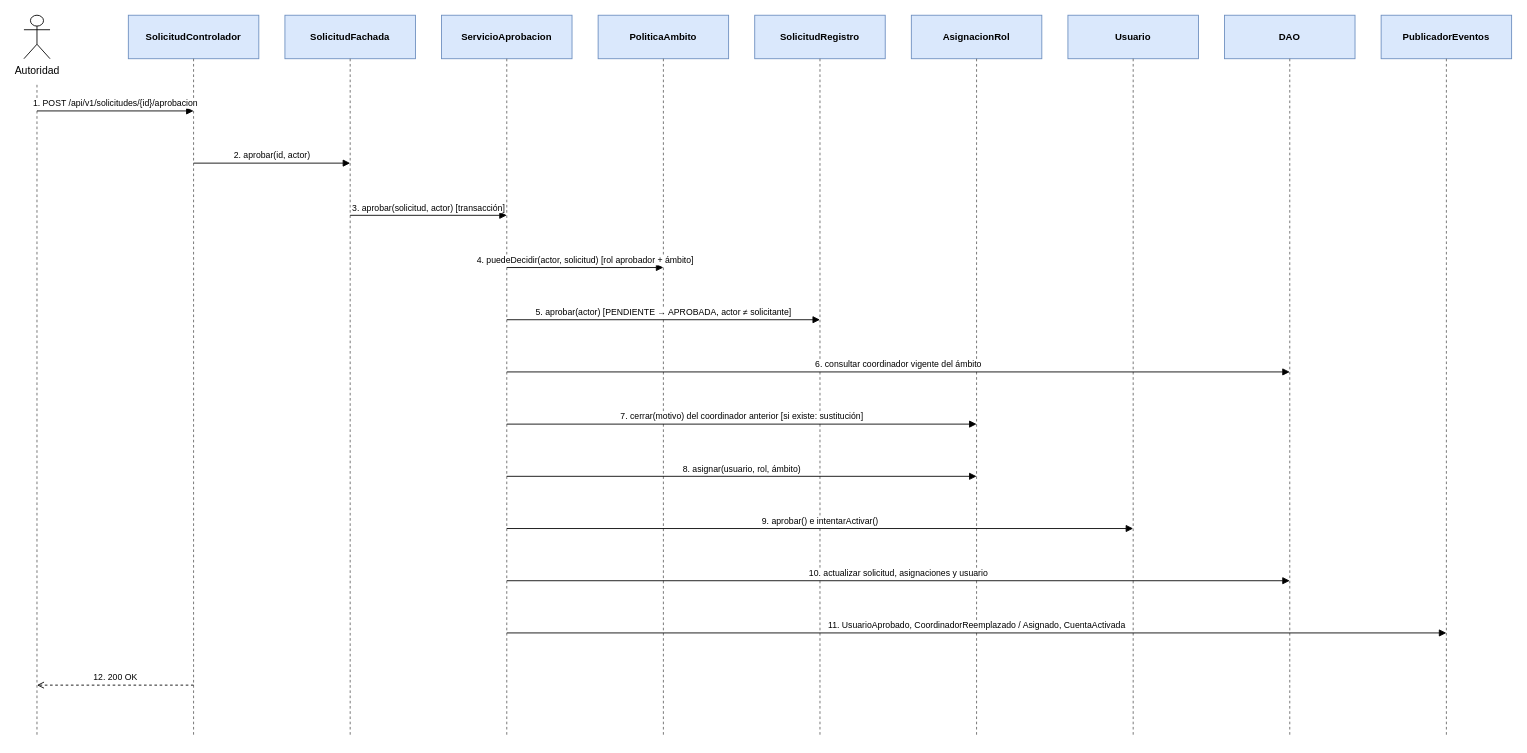
This is page "Aprobar solicitud de registro" (2 of 5) of documentacion/fuentes/diagramas-secuencia.drawio from JaiderSoto07/kudos-backend, a draw.io file, before an edit. Source tidied: cells renumbered, new cells numbered last; positions are measured from the earlier drawing's top-left corner, leaving out a move shared by most shapes. Both pictures are drawn from the tidied source at 87%, with x=0, y=0 at pixel (23, 15).
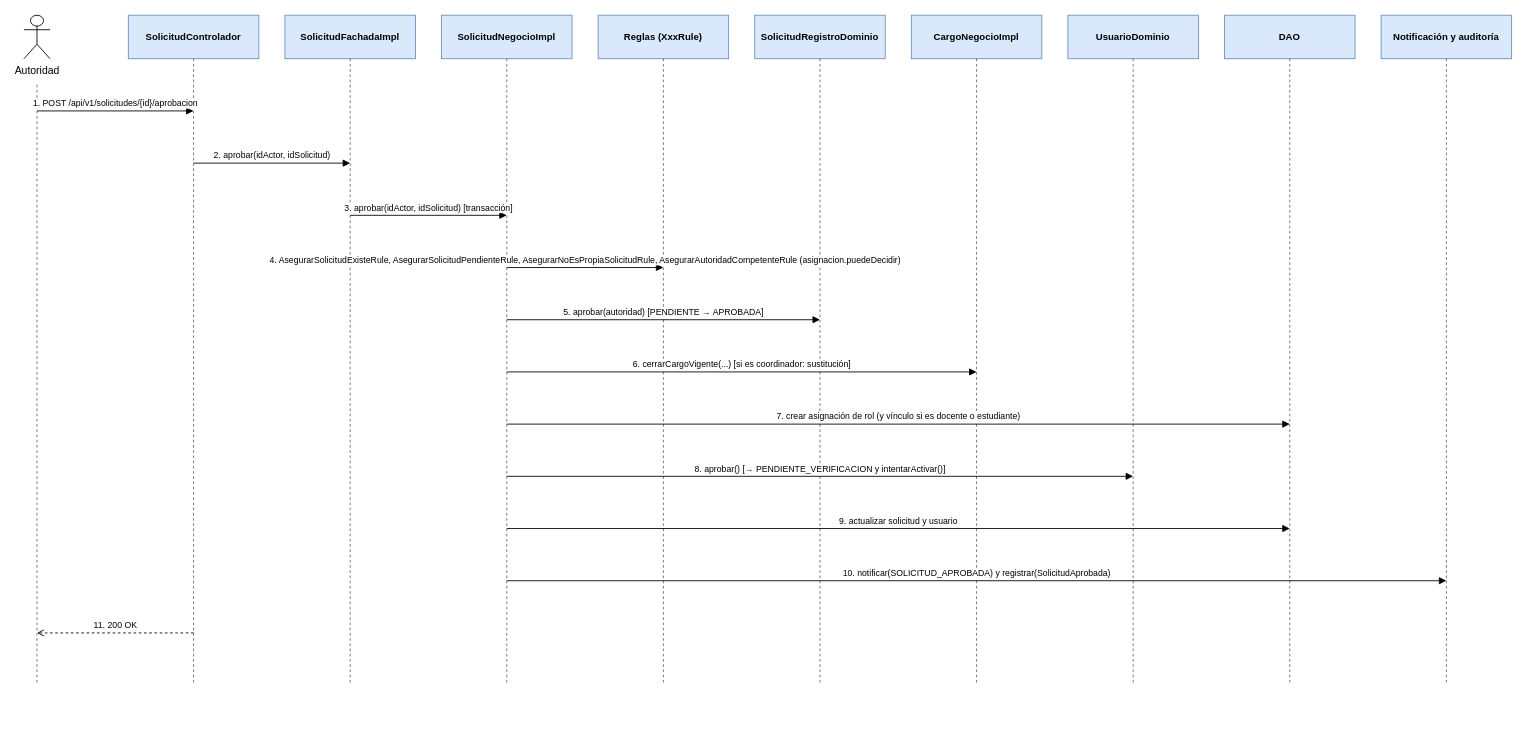
The same diagram, later.

Change to the diagram source:
```diff
@@
-    <mxCell id="4" value="SolicitudFachada" style="rounded=0;whiteSpace=wrap;html=1;fillColor=#dae8fc;strokeColor=#6c8ebf;fontStyle=1;fontSize=11;" parent="1" vertex="1">
+    <mxCell id="4" value="SolicitudFachadaImpl" style="rounded=0;whiteSpace=wrap;html=1;fillColor=#dae8fc;strokeColor=#6c8ebf;fontStyle=1;fontSize=11;" parent="1" vertex="1">
       <mxGeometry x="300" width="150" height="50" as="geometry" />
     </mxCell>
-    <mxCell id="5" value="ServicioAprobacion" style="rounded=0;whiteSpace=wrap;html=1;fillColor=#dae8fc;strokeColor=#6c8ebf;fontStyle=1;fontSize=11;" parent="1" vertex="1">
+    <mxCell id="5" value="SolicitudNegocioImpl" style="rounded=0;whiteSpace=wrap;html=1;fillColor=#dae8fc;strokeColor=#6c8ebf;fontStyle=1;fontSize=11;" parent="1" vertex="1">
       <mxGeometry x="480" width="150" height="50" as="geometry" />
     </mxCell>
-    <mxCell id="6" value="PoliticaAmbito" style="rounded=0;whiteSpace=wrap;html=1;fillColor=#dae8fc;strokeColor=#6c8ebf;fontStyle=1;fontSize=11;" parent="1" vertex="1">
+    <mxCell id="6" value="Reglas (XxxRule)" style="rounded=0;whiteSpace=wrap;html=1;fillColor=#dae8fc;strokeColor=#6c8ebf;fontStyle=1;fontSize=11;" parent="1" vertex="1">
       <mxGeometry x="660" width="150" height="50" as="geometry" />
     </mxCell>
-    <mxCell id="7" value="SolicitudRegistro" style="rounded=0;whiteSpace=wrap;html=1;fillColor=#dae8fc;strokeColor=#6c8ebf;fontStyle=1;fontSize=11;" parent="1" vertex="1">
+    <mxCell id="7" value="SolicitudRegistroDominio" style="rounded=0;whiteSpace=wrap;html=1;fillColor=#dae8fc;strokeColor=#6c8ebf;fontStyle=1;fontSize=11;" parent="1" vertex="1">
       <mxGeometry x="840" width="150" height="50" as="geometry" />
     </mxCell>
-    <mxCell id="8" value="AsignacionRol" style="rounded=0;whiteSpace=wrap;html=1;fillColor=#dae8fc;strokeColor=#6c8ebf;fontStyle=1;fontSize=11;" parent="1" vertex="1">
+    <mxCell id="8" value="CargoNegocioImpl" style="rounded=0;whiteSpace=wrap;html=1;fillColor=#dae8fc;strokeColor=#6c8ebf;fontStyle=1;fontSize=11;" parent="1" vertex="1">
       <mxGeometry x="1020" width="150" height="50" as="geometry" />
     </mxCell>
-    <mxCell id="9" value="Usuario" style="rounded=0;whiteSpace=wrap;html=1;fillColor=#dae8fc;strokeColor=#6c8ebf;fontStyle=1;fontSize=11;" parent="1" vertex="1">
+    <mxCell id="9" value="UsuarioDominio" style="rounded=0;whiteSpace=wrap;html=1;fillColor=#dae8fc;strokeColor=#6c8ebf;fontStyle=1;fontSize=11;" parent="1" vertex="1">
       <mxGeometry x="1200" width="150" height="50" as="geometry" />
     </mxCell>
@@
-    <mxCell id="11" value="PublicadorEventos" style="rounded=0;whiteSpace=wrap;html=1;fillColor=#dae8fc;strokeColor=#6c8ebf;fontStyle=1;fontSize=11;" parent="1" vertex="1">
+    <mxCell id="11" value="Notificación y auditoría" style="rounded=0;whiteSpace=wrap;html=1;fillColor=#dae8fc;strokeColor=#6c8ebf;fontStyle=1;fontSize=11;" parent="1" vertex="1">
       <mxGeometry x="1560" width="150" height="50" as="geometry" />
     </mxCell>
     <mxCell id="12" style="endArrow=none;dashed=1;html=1;strokeColor=#666666;" parent="1" edge="1">
       <mxGeometry relative="1" as="geometry">
         <mxPoint x="15" y="80" as="sourcePoint" />
-        <mxPoint x="15" y="830" as="targetPoint" />
+        <mxPoint x="15" y="770" as="targetPoint" />
       </mxGeometry>
     </mxCell>
     <mxCell id="13" style="endArrow=none;dashed=1;html=1;strokeColor=#666666;" parent="1" edge="1">
       <mxGeometry relative="1" as="geometry">
         <mxPoint x="195" y="50" as="sourcePoint" />
-        <mxPoint x="195" y="830" as="targetPoint" />
+        <mxPoint x="195" y="770" as="targetPoint" />
       </mxGeometry>
     </mxCell>
     <mxCell id="14" style="endArrow=none;dashed=1;html=1;strokeColor=#666666;" parent="1" edge="1">
       <mxGeometry relative="1" as="geometry">
         <mxPoint x="375" y="50" as="sourcePoint" />
-        <mxPoint x="375" y="830" as="targetPoint" />
+        <mxPoint x="375" y="770" as="targetPoint" />
       </mxGeometry>
     </mxCell>
     <mxCell id="15" style="endArrow=none;dashed=1;html=1;strokeColor=#666666;" parent="1" edge="1">
       <mxGeometry relative="1" as="geometry">
         <mxPoint x="555" y="50" as="sourcePoint" />
-        <mxPoint x="555" y="830" as="targetPoint" />
+        <mxPoint x="555" y="770" as="targetPoint" />
       </mxGeometry>
     </mxCell>
     <mxCell id="16" style="endArrow=none;dashed=1;html=1;strokeColor=#666666;" parent="1" edge="1">
       <mxGeometry relative="1" as="geometry">
         <mxPoint x="735" y="50" as="sourcePoint" />
-        <mxPoint x="735" y="830" as="targetPoint" />
+        <mxPoint x="735" y="770" as="targetPoint" />
       </mxGeometry>
     </mxCell>
     <mxCell id="17" style="endArrow=none;dashed=1;html=1;strokeColor=#666666;" parent="1" edge="1">
       <mxGeometry relative="1" as="geometry">
         <mxPoint x="915" y="50" as="sourcePoint" />
-        <mxPoint x="915" y="830" as="targetPoint" />
+        <mxPoint x="915" y="770" as="targetPoint" />
       </mxGeometry>
     </mxCell>
     <mxCell id="18" style="endArrow=none;dashed=1;html=1;strokeColor=#666666;" parent="1" edge="1">
       <mxGeometry relative="1" as="geometry">
         <mxPoint x="1095" y="50" as="sourcePoint" />
-        <mxPoint x="1095" y="830" as="targetPoint" />
+        <mxPoint x="1095" y="770" as="targetPoint" />
       </mxGeometry>
     </mxCell>
     <mxCell id="19" style="endArrow=none;dashed=1;html=1;strokeColor=#666666;" parent="1" edge="1">
       <mxGeometry relative="1" as="geometry">
         <mxPoint x="1275" y="50" as="sourcePoint" />
-        <mxPoint x="1275" y="830" as="targetPoint" />
+        <mxPoint x="1275" y="770" as="targetPoint" />
       </mxGeometry>
     </mxCell>
     <mxCell id="20" style="endArrow=none;dashed=1;html=1;strokeColor=#666666;" parent="1" edge="1">
       <mxGeometry relative="1" as="geometry">
         <mxPoint x="1455" y="50" as="sourcePoint" />
-        <mxPoint x="1455" y="830" as="targetPoint" />
+        <mxPoint x="1455" y="770" as="targetPoint" />
       </mxGeometry>
     </mxCell>
     <mxCell id="21" style="endArrow=none;dashed=1;html=1;strokeColor=#666666;" parent="1" edge="1">
       <mxGeometry relative="1" as="geometry">
         <mxPoint x="1635" y="50" as="sourcePoint" />
-        <mxPoint x="1635" y="830" as="targetPoint" />
+        <mxPoint x="1635" y="770" as="targetPoint" />
       </mxGeometry>
     </mxCell>
@@
-    <mxCell id="23" value="2. aprobar(id, actor)" style="endArrow=block;endFill=1;html=1;rounded=0;fontSize=10;labelBackgroundColor=#ffffff;verticalAlign=bottom;" parent="1" edge="1">
+    <mxCell id="23" value="2. aprobar(idActor, idSolicitud)" style="endArrow=block;endFill=1;html=1;rounded=0;fontSize=10;labelBackgroundColor=#ffffff;verticalAlign=bottom;" parent="1" edge="1">
       <mxGeometry relative="1" as="geometry">
         <mxPoint x="195" y="170" as="sourcePoint" />
         <mxPoint x="375" y="170" as="targetPoint" />
       </mxGeometry>
     </mxCell>
-    <mxCell id="24" value="3. aprobar(solicitud, actor)  [transacción]" style="endArrow=block;endFill=1;html=1;rounded=0;fontSize=10;labelBackgroundColor=#ffffff;verticalAlign=bottom;" parent="1" edge="1">
+    <mxCell id="24" value="3. aprobar(idActor, idSolicitud)  [transacción]" style="endArrow=block;endFill=1;html=1;rounded=0;fontSize=10;labelBackgroundColor=#ffffff;verticalAlign=bottom;" parent="1" edge="1">
       <mxGeometry relative="1" as="geometry">
         <mxPoint x="375" y="230" as="sourcePoint" />
         <mxPoint x="555" y="230" as="targetPoint" />
       </mxGeometry>
     </mxCell>
-    <mxCell id="25" value="4. puedeDecidir(actor, solicitud)  [rol aprobador + ámbito]" style="endArrow=block;endFill=1;html=1;rounded=0;fontSize=10;labelBackgroundColor=#ffffff;verticalAlign=bottom;" parent="1" edge="1">
+    <mxCell id="25" value="4. AsegurarSolicitudExisteRule, AsegurarSolicitudPendienteRule, AsegurarNoEsPropiaSolicitudRule, AsegurarAutoridadCompetenteRule (asignacion.puedeDecidir)" style="endArrow=block;endFill=1;html=1;rounded=0;fontSize=10;labelBackgroundColor=#ffffff;verticalAlign=bottom;" parent="1" edge="1">
       <mxGeometry relative="1" as="geometry">
         <mxPoint x="555" y="290" as="sourcePoint" />
         <mxPoint x="735" y="290" as="targetPoint" />
       </mxGeometry>
     </mxCell>
-    <mxCell id="26" value="5. aprobar(actor)  [PENDIENTE → APROBADA, actor ≠ solicitante]" style="endArrow=block;endFill=1;html=1;rounded=0;fontSize=10;labelBackgroundColor=#ffffff;verticalAlign=bottom;" parent="1" edge="1">
+    <mxCell id="26" value="5. aprobar(autoridad)  [PENDIENTE → APROBADA]" style="endArrow=block;endFill=1;html=1;rounded=0;fontSize=10;labelBackgroundColor=#ffffff;verticalAlign=bottom;" parent="1" edge="1">
       <mxGeometry relative="1" as="geometry">
         <mxPoint x="555" y="350" as="sourcePoint" />
         <mxPoint x="915" y="350" as="targetPoint" />
       </mxGeometry>
     </mxCell>
-    <mxCell id="27" value="6. consultar coordinador vigente del ámbito" style="endArrow=block;endFill=1;html=1;rounded=0;fontSize=10;labelBackgroundColor=#ffffff;verticalAlign=bottom;" parent="1" edge="1">
+    <mxCell id="27" value="6. cerrarCargoVigente(...)  [si es coordinador: sustitución]" style="endArrow=block;endFill=1;html=1;rounded=0;fontSize=10;labelBackgroundColor=#ffffff;verticalAlign=bottom;" parent="1" edge="1">
       <mxGeometry relative="1" as="geometry">
         <mxPoint x="555" y="410" as="sourcePoint" />
-        <mxPoint x="1455" y="410" as="targetPoint" />
+        <mxPoint x="1095" y="410" as="targetPoint" />
       </mxGeometry>
     </mxCell>
-    <mxCell id="28" value="7. cerrar(motivo) del coordinador anterior  [si existe: sustitución]" style="endArrow=block;endFill=1;html=1;rounded=0;fontSize=10;labelBackgroundColor=#ffffff;verticalAlign=bottom;" parent="1" edge="1">
+    <mxCell id="28" value="7. crear asignación de rol (y vínculo si es docente o estudiante)" style="endArrow=block;endFill=1;html=1;rounded=0;fontSize=10;labelBackgroundColor=#ffffff;verticalAlign=bottom;" parent="1" edge="1">
       <mxGeometry relative="1" as="geometry">
         <mxPoint x="555" y="470" as="sourcePoint" />
-        <mxPoint x="1095" y="470" as="targetPoint" />
+        <mxPoint x="1455" y="470" as="targetPoint" />
       </mxGeometry>
     </mxCell>
-    <mxCell id="29" value="8. asignar(usuario, rol, ámbito)" style="endArrow=block;endFill=1;html=1;rounded=0;fontSize=10;labelBackgroundColor=#ffffff;verticalAlign=bottom;" parent="1" edge="1">
+    <mxCell id="29" value="8. aprobar()  [→ PENDIENTE_VERIFICACION y intentarActivar()]" style="endArrow=block;endFill=1;html=1;rounded=0;fontSize=10;labelBackgroundColor=#ffffff;verticalAlign=bottom;" parent="1" edge="1">
       <mxGeometry relative="1" as="geometry">
         <mxPoint x="555" y="530" as="sourcePoint" />
-        <mxPoint x="1095" y="530" as="targetPoint" />
+        <mxPoint x="1275" y="530" as="targetPoint" />
       </mxGeometry>
     </mxCell>
-    <mxCell id="30" value="9. aprobar() e intentarActivar()" style="endArrow=block;endFill=1;html=1;rounded=0;fontSize=10;labelBackgroundColor=#ffffff;verticalAlign=bottom;" parent="1" edge="1">
+    <mxCell id="30" value="9. actualizar solicitud y usuario" style="endArrow=block;endFill=1;html=1;rounded=0;fontSize=10;labelBackgroundColor=#ffffff;verticalAlign=bottom;" parent="1" edge="1">
       <mxGeometry relative="1" as="geometry">
         <mxPoint x="555" y="590" as="sourcePoint" />
-        <mxPoint x="1275" y="590" as="targetPoint" />
+        <mxPoint x="1455" y="590" as="targetPoint" />
       </mxGeometry>
     </mxCell>
-    <mxCell id="31" value="10. actualizar solicitud, asignaciones y usuario" style="endArrow=block;endFill=1;html=1;rounded=0;fontSize=10;labelBackgroundColor=#ffffff;verticalAlign=bottom;" parent="1" edge="1">
+    <mxCell id="31" value="10. notificar(SOLICITUD_APROBADA) y registrar(SolicitudAprobada)" style="endArrow=block;endFill=1;html=1;rounded=0;fontSize=10;labelBackgroundColor=#ffffff;verticalAlign=bottom;" parent="1" edge="1">
       <mxGeometry relative="1" as="geometry">
         <mxPoint x="555" y="650" as="sourcePoint" />
-        <mxPoint x="1455" y="650" as="targetPoint" />
+        <mxPoint x="1635" y="650" as="targetPoint" />
       </mxGeometry>
     </mxCell>
-    <mxCell id="32" value="11. UsuarioAprobado, CoordinadorReemplazado / Asignado, CuentaActivada" style="endArrow=block;endFill=1;html=1;rounded=0;fontSize=10;labelBackgroundColor=#ffffff;verticalAlign=bottom;" parent="1" edge="1">
+    <mxCell id="32" value="11. 200 OK" style="endArrow=open;endFill=0;dashed=1;html=1;rounded=0;fontSize=10;labelBackgroundColor=#ffffff;verticalAlign=bottom;" parent="1" edge="1">
       <mxGeometry relative="1" as="geometry">
-        <mxPoint x="555" y="710" as="sourcePoint" />
-        <mxPoint x="1635" y="710" as="targetPoint" />
+        <mxPoint x="195" y="710" as="sourcePoint" />
+        <mxPoint x="15" y="710" as="targetPoint" />
       </mxGeometry>
     </mxCell>
-    <mxCell id="33" value="12. 200 OK" style="endArrow=open;endFill=0;dashed=1;html=1;rounded=0;fontSize=10;labelBackgroundColor=#ffffff;verticalAlign=bottom;" parent="1" edge="1">
-      <mxGeometry relative="1" as="geometry">
-        <mxPoint x="195" y="770" as="sourcePoint" />
-        <mxPoint x="15" y="770" as="targetPoint" />
-      </mxGeometry>
-    </mxCell>
```
